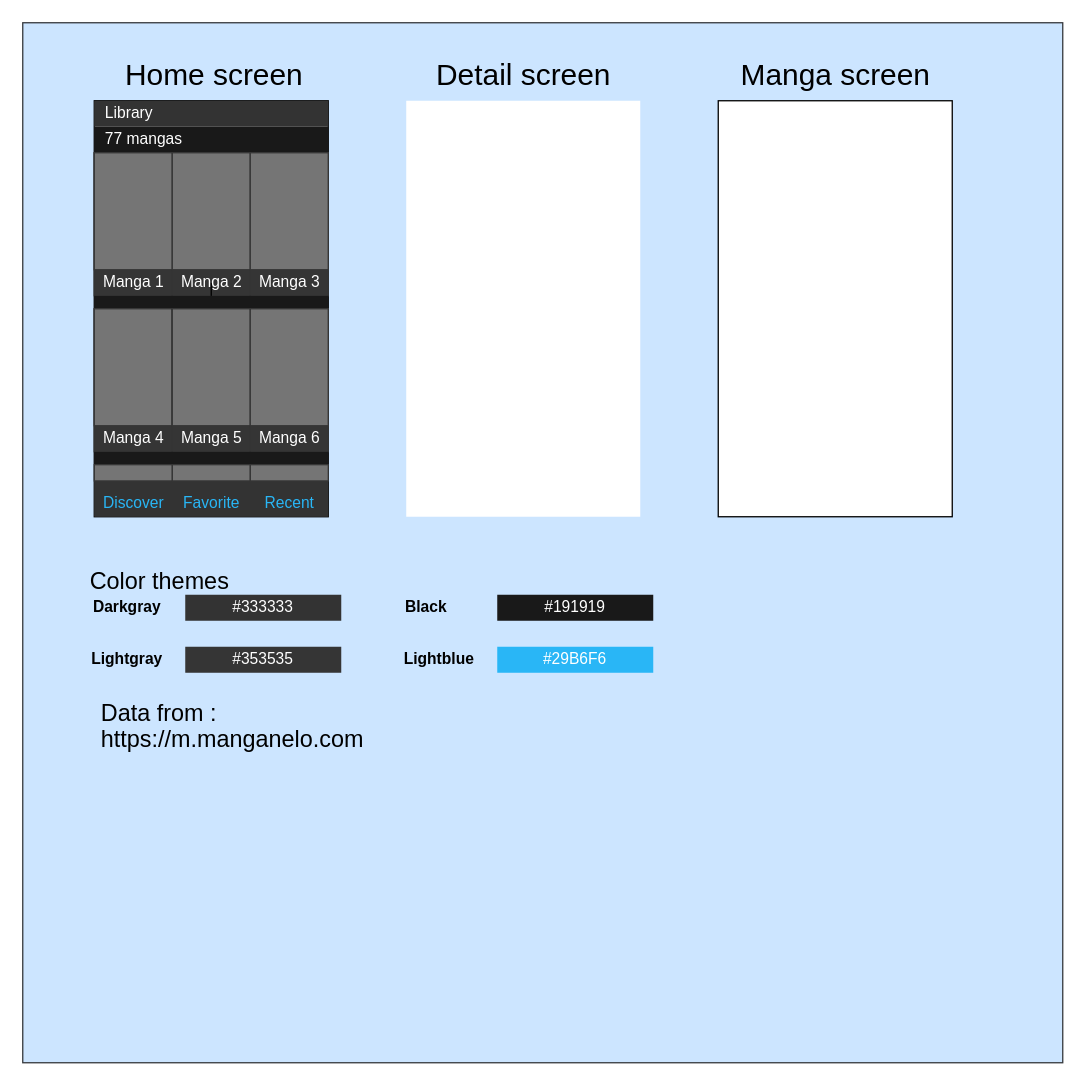
mattbman23/merdga keeps this draw.io diagram as blueprint.drawio. Above is the earlier version. Source tidied: cells renumbered, new cells numbered last; positions are measured from the earlier drawing's top-left corner, leaving out a move shared by most shapes. Both pictures are drawn from the tidied source at 130%, with x=0, y=0 at pixel (22, 22).
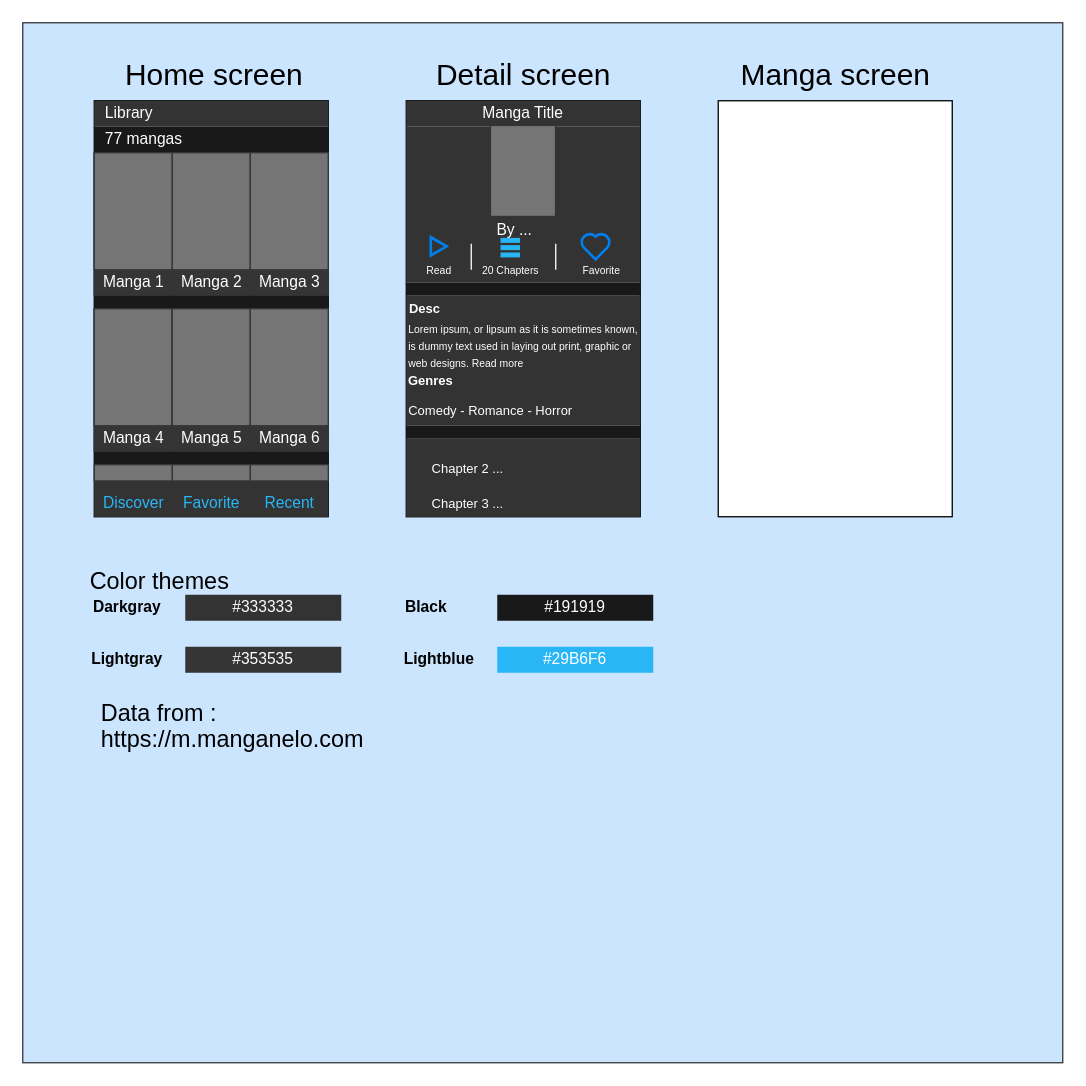
The same page after the edit.

Unchanged cells that the change refers to:
```xml
<mxCell id="28" value="&lt;font color=&quot;#ffffff&quot;&gt;Manga 2&lt;/font&gt;" style="text;html=1;align=center;verticalAlign=middle;points=[];fontColor=none;" parent="1" vertex="1">
  <mxGeometry x="115" y="190" width="60" height="20" as="geometry" />
</mxCell>
<mxCell id="37" style="whiteSpace=wrap;html=1;labelBackgroundColor=none;strokeColor=#353535;fontColor=none;rotation=90;fillColor=#757575;" parent="1" vertex="1">
  <mxGeometry x="100" y="235" width="90" height="60" as="geometry" />
</mxCell>
```

The edit, as a diff of the source:
```diff
@@
-    <mxCell id="27" style="edgeStyle=orthogonalEdgeStyle;rounded=0;jettySize=auto;html=1;" parent="1" edge="1" source="28" target="37">
-      <mxGeometry relative="1" as="geometry" />
-    </mxCell>
@@
+    <mxCell id="52" style="rounded=0;whiteSpace=wrap;html=1;" parent="1" vertex="1">
+      <mxGeometry x="295" y="60" width="180" height="320" as="geometry" />
+    </mxCell>
+    <mxCell id="53" value="&lt;font color=&quot;#ffffff&quot;&gt;Manga Title&lt;/font&gt;" style="rounded=0;whiteSpace=wrap;html=1;fillColor=#333333;strokeColor=none;align=center;" parent="1" vertex="1">
+      <mxGeometry x="295" y="60" width="180" height="20" as="geometry" />
+    </mxCell>
+    <mxCell id="54" style="rounded=0;whiteSpace=wrap;html=1;fillColor=#333333;strokeColor=none;align=left;" parent="1" vertex="1">
+      <mxGeometry x="295" y="80" width="180" height="120" as="geometry" />
+    </mxCell>
+    <mxCell id="55" value="&lt;font color=&quot;#ffffff&quot;&gt;By ...&lt;/font&gt;" style="text;html=1;align=center;verticalAlign=middle;" parent="1" vertex="1">
+      <mxGeometry x="358" y="150" width="40" height="20" as="geometry" />
+    </mxCell>
+    <mxCell id="56" style="html=1;verticalLabelPosition=bottom;align=center;labelBackgroundColor=#ffffff;verticalAlign=top;strokeWidth=2;strokeColor=#0080F0;shadow=0;dashed=0;shape=mxgraph.ios7.icons.play;fillColor=none;" parent="1" vertex="1">
+      <mxGeometry x="313.9" y="165" width="12.2" height="14" as="geometry" />
+    </mxCell>
+    <mxCell id="57" value="&lt;font color=&quot;#ffffff&quot; style=&quot;font-size: 8px&quot;&gt;Read&lt;/font&gt;" style="text;html=1;align=center;verticalAlign=middle;" parent="1" vertex="1">
+      <mxGeometry x="305" y="180" width="30" height="20" as="geometry" />
+    </mxCell>
+    <mxCell id="58" style="rounded=0;whiteSpace=wrap;html=1;labelBackgroundColor=none;strokeColor=#353535;fontColor=none;rotation=90;fillColor=#757575;" parent="1" vertex="1">
+      <mxGeometry x="349.8" y="89" width="70" height="50" as="geometry" />
+    </mxCell>
+    <mxCell id="59" style="endArrow=none;html=1;strokeColor=#FFFFFF;" parent="1" edge="1">
+      <mxGeometry relative="1" as="geometry">
+        <mxPoint x="345" y="190" as="sourcePoint" />
+        <mxPoint x="345" y="170" as="targetPoint" />
+      </mxGeometry>
+    </mxCell>
+    <mxCell id="60" style="shape=parallelMarker;direction=south;html=1;labelBackgroundColor=none;sketch=0;fillColor=none;fontColor=#C847FF;strokeColor=#29B6F6;" parent="1" vertex="1">
+      <mxGeometry x="368" y="166" width="14" height="14" as="geometry" />
+    </mxCell>
+    <mxCell id="61" value="&lt;font color=&quot;#ffffff&quot; style=&quot;font-size: 8px&quot;&gt;20 Chapters&lt;/font&gt;" style="text;html=1;align=center;verticalAlign=middle;" parent="1" vertex="1">
+      <mxGeometry x="345" y="180" width="60" height="20" as="geometry" />
+    </mxCell>
+    <mxCell id="62" style="endArrow=none;html=1;strokeColor=#FFFFFF;" parent="1" edge="1">
+      <mxGeometry relative="1" as="geometry">
+        <mxPoint x="410" y="190" as="sourcePoint" />
+        <mxPoint x="410" y="170" as="targetPoint" />
+      </mxGeometry>
+    </mxCell>
+    <mxCell id="63" style="html=1;verticalLabelPosition=bottom;align=center;labelBackgroundColor=#ffffff;verticalAlign=top;strokeWidth=2;strokeColor=#0080F0;shadow=0;dashed=0;shape=mxgraph.ios7.icons.heart;sketch=0;fillColor=none;fontColor=#C847FF;" parent="1" vertex="1">
+      <mxGeometry x="429.4" y="162" width="22.4" height="20" as="geometry" />
+    </mxCell>
+    <mxCell id="64" value="&lt;font color=&quot;#ffffff&quot; style=&quot;font-size: 8px&quot;&gt;Favorite&lt;/font&gt;" style="text;html=1;align=center;verticalAlign=middle;" parent="1" vertex="1">
+      <mxGeometry x="425" y="180" width="40" height="20" as="geometry" />
+    </mxCell>
+    <mxCell id="65" style="rounded=0;whiteSpace=wrap;html=1;fillColor=#191919;strokeColor=none;align=left;" parent="1" vertex="1">
+      <mxGeometry x="295" y="200" width="180" height="10" as="geometry" />
+    </mxCell>
+    <mxCell id="66" style="rounded=0;whiteSpace=wrap;html=1;fillColor=#333333;strokeColor=none;align=left;" parent="1" vertex="1">
+      <mxGeometry x="295" y="210" width="180" height="100" as="geometry" />
+    </mxCell>
+    <mxCell id="67" style="rounded=0;whiteSpace=wrap;html=1;fillColor=#333333;strokeColor=none;align=left;" parent="1" vertex="1">
+      <mxGeometry x="295" y="320" width="180" height="60" as="geometry" />
+    </mxCell>
+    <mxCell id="68" style="rounded=0;whiteSpace=wrap;html=1;fillColor=#191919;strokeColor=none;align=left;" parent="1" vertex="1">
+      <mxGeometry x="295" y="310" width="180" height="10" as="geometry" />
+    </mxCell>
+    <mxCell id="69" value="&lt;font color=&quot;#ffffff&quot; style=&quot;font-size: 10px&quot;&gt;Chapter 2 ...&lt;/font&gt;" style="text;html=1;align=center;verticalAlign=middle;fontColor=none;" parent="1" vertex="1">
+      <mxGeometry x="307" y="333" width="70" height="20" as="geometry" />
+    </mxCell>
+    <mxCell id="70" value="&lt;font color=&quot;#ffffff&quot; style=&quot;font-size: 10px&quot;&gt;Chapter 3 ...&lt;/font&gt;" style="text;html=1;align=center;verticalAlign=middle;fontColor=none;" parent="1" vertex="1">
+      <mxGeometry x="307" y="360" width="70" height="20" as="geometry" />
+    </mxCell>
+    <mxCell id="71" value="&lt;font color=&quot;#ffffff&quot; style=&quot;font-size: 10px&quot;&gt;&lt;b&gt;Desc&lt;/b&gt;&lt;/font&gt;" style="text;html=1;strokeColor=none;fillColor=none;align=center;verticalAlign=middle;whiteSpace=wrap;rounded=0;labelBackgroundColor=none;sketch=0;fontColor=#C847FF;" parent="1" vertex="1">
+      <mxGeometry x="295" y="210" width="29.1" height="20" as="geometry" />
+    </mxCell>
+    <mxCell id="72" value="&lt;font color=&quot;#ffffff&quot; style=&quot;font-size: 8px&quot;&gt;Lorem ipsum, or lipsum as it is sometimes known, is dummy text used in laying out print, graphic or web designs. Read more&lt;/font&gt;" style="text;html=1;strokeColor=none;fillColor=none;align=left;verticalAlign=middle;whiteSpace=wrap;rounded=0;labelBackgroundColor=none;sketch=0;fontColor=#C847FF;fontSize=11;" parent="1" vertex="1">
+      <mxGeometry x="295" y="230" width="179.5" height="35" as="geometry" />
+    </mxCell>
+    <mxCell id="73" value="&lt;font color=&quot;#ffffff&quot; style=&quot;font-size: 10px&quot;&gt;&lt;b&gt;Genres&lt;/b&gt;&lt;/font&gt;" style="text;html=1;strokeColor=none;fillColor=none;align=center;verticalAlign=middle;whiteSpace=wrap;rounded=0;labelBackgroundColor=none;sketch=0;fontColor=#C847FF;" parent="1" vertex="1">
+      <mxGeometry x="295" y="265" width="38" height="20" as="geometry" />
+    </mxCell>
+    <mxCell id="74" value="&lt;font color=&quot;#ffffff&quot; style=&quot;font-size: 10px&quot;&gt;Comedy - Romance - Horror&lt;/font&gt;" style="text;html=1;strokeColor=none;fillColor=none;align=left;verticalAlign=middle;whiteSpace=wrap;rounded=0;labelBackgroundColor=none;sketch=0;fontColor=#C847FF;" parent="1" vertex="1">
+      <mxGeometry x="295" y="285" width="180" height="25" as="geometry" />
+    </mxCell>
```
